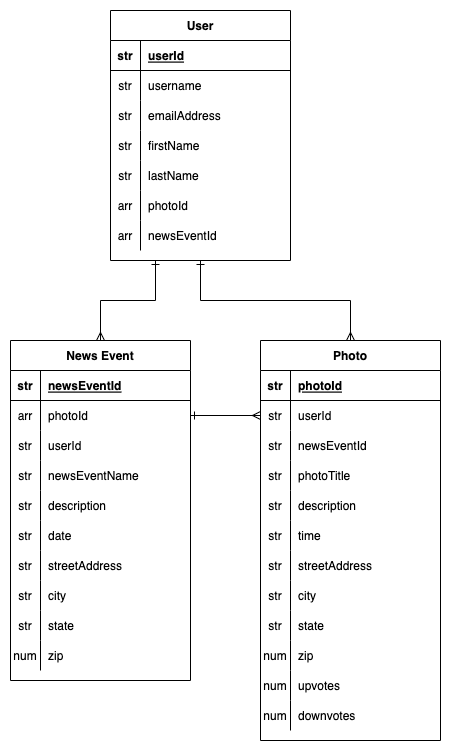
Before: assets/open-source-photo-aggregator-ERD.drawio.png, a diagram exported from draw.io (kalenluciano/open-source-photo-aggregator). Source tidied: cells renumbered, new cells last; positions are measured from the earlier drawing's top-left corner, leaving out a move shared by most shapes.
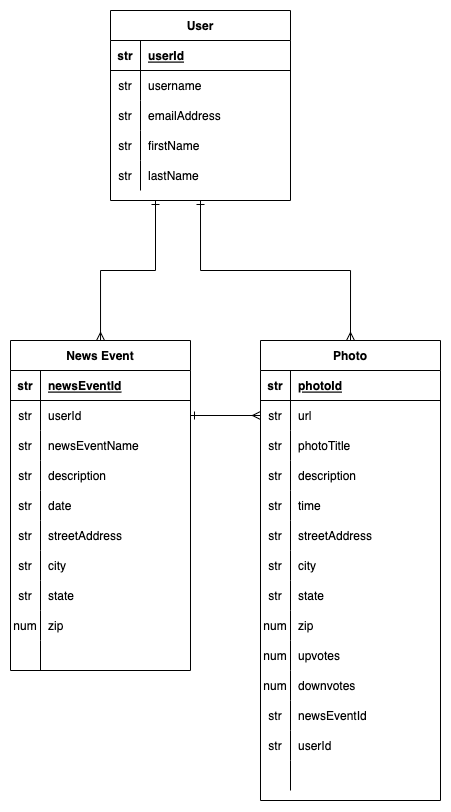
Above is the later version.

Commit message:
Edited ERD and Photo model

The edit, as a diff of the source:
```diff
@@ -9,7 +9,7 @@
       <mxGeometry relative="1" as="geometry" />
     </mxCell>
     <mxCell id="4" value="User" style="shape=table;startSize=30;rowLines=0;fontStyle=1;align=center;" parent="1" vertex="1">
-      <mxGeometry x="100" width="180" height="250" as="geometry" />
+      <mxGeometry x="100" width="180" height="190" as="geometry" />
     </mxCell>
     <mxCell id="5" style="shape=tableRow;horizontal=0;startSize=0;swimlaneHead=0;swimlaneBody=0;fillColor=none;top=0;left=0;right=0;bottom=1;" parent="4" vertex="1">
       <mxGeometry y="30" width="180" height="30" as="geometry" />
@@ -56,26 +56,8 @@
     <mxCell id="19" value="lastName" style="shape=partialRectangle;fillColor=none;top=0;left=0;bottom=0;right=0;align=left;spacingLeft=6;fontStyle=0;overflow=hidden;" parent="17" vertex="1">
       <mxGeometry x="30" width="150" height="30" as="geometry" />
     </mxCell>
-    <mxCell id="20" style="shape=tableRow;horizontal=0;startSize=0;swimlaneHead=0;swimlaneBody=0;fillColor=none;top=0;left=0;right=0;bottom=0;" parent="4" vertex="1">
-      <mxGeometry y="180" width="180" height="30" as="geometry" />
-    </mxCell>
-    <mxCell id="21" value="arr" style="shape=partialRectangle;fillColor=none;top=0;left=0;bottom=0;right=0;fontStyle=0;overflow=hidden;" parent="20" vertex="1">
-      <mxGeometry width="30" height="30" as="geometry" />
-    </mxCell>
-    <mxCell id="22" value="photoId" style="shape=partialRectangle;fillColor=none;top=0;left=0;bottom=0;right=0;align=left;spacingLeft=6;fontStyle=0;overflow=hidden;" parent="20" vertex="1">
-      <mxGeometry x="30" width="150" height="30" as="geometry" />
-    </mxCell>
-    <mxCell id="23" style="shape=tableRow;horizontal=0;startSize=0;swimlaneHead=0;swimlaneBody=0;fillColor=none;top=0;left=0;right=0;bottom=0;" parent="4" vertex="1">
-      <mxGeometry y="210" width="180" height="30" as="geometry" />
-    </mxCell>
-    <mxCell id="24" value="arr" style="shape=partialRectangle;fillColor=none;top=0;left=0;bottom=0;right=0;fontStyle=0;overflow=hidden;" parent="23" vertex="1">
-      <mxGeometry width="30" height="30" as="geometry" />
-    </mxCell>
-    <mxCell id="25" value="newsEventId" style="shape=partialRectangle;fillColor=none;top=0;left=0;bottom=0;right=0;align=left;spacingLeft=6;fontStyle=0;overflow=hidden;" parent="23" vertex="1">
-      <mxGeometry x="30" width="150" height="30" as="geometry" />
-    </mxCell>
     <mxCell id="26" value="News Event" style="shape=table;startSize=30;rowLines=0;fontStyle=1;align=center;" parent="1" vertex="1">
-      <mxGeometry y="330" width="180" height="340" as="geometry" />
+      <mxGeometry y="330" width="180" height="330" as="geometry" />
     </mxCell>
     <mxCell id="27" style="shape=tableRow;horizontal=0;startSize=0;swimlaneHead=0;swimlaneBody=0;fillColor=none;top=0;left=0;right=0;bottom=1;" parent="26" vertex="1">
       <mxGeometry y="30" width="180" height="30" as="geometry" />
@@ -86,17 +68,8 @@
     <mxCell id="29" value="newsEventId" style="shape=partialRectangle;fillColor=none;top=0;left=0;bottom=0;right=0;align=left;spacingLeft=6;fontStyle=5;overflow=hidden;" parent="27" vertex="1">
       <mxGeometry x="30" width="150" height="30" as="geometry" />
     </mxCell>
-    <mxCell id="30" style="shape=tableRow;horizontal=0;startSize=0;swimlaneHead=0;swimlaneBody=0;fillColor=none;points=[[0,0.5],[1,0.5]];portConstraint=eastwest;top=0;left=0;right=0;bottom=0;" parent="26" vertex="1">
-      <mxGeometry y="60" width="180" height="30" as="geometry" />
-    </mxCell>
-    <mxCell id="31" value="arr" style="shape=partialRectangle;fillColor=none;top=0;left=0;bottom=0;right=0;overflow=hidden;" parent="30" vertex="1">
-      <mxGeometry width="30" height="30" as="geometry" />
-    </mxCell>
-    <mxCell id="32" value="photoId" style="shape=partialRectangle;fillColor=none;top=0;left=0;bottom=0;right=0;align=left;spacingLeft=6;overflow=hidden;" parent="30" vertex="1">
-      <mxGeometry x="30" width="150" height="30" as="geometry" />
-    </mxCell>
     <mxCell id="33" style="shape=tableRow;horizontal=0;startSize=0;swimlaneHead=0;swimlaneBody=0;fillColor=none;points=[[0,0.5],[1,0.5]];portConstraint=eastwest;top=0;left=0;right=0;bottom=0;" parent="26" vertex="1">
-      <mxGeometry y="90" width="180" height="30" as="geometry" />
+      <mxGeometry y="60" width="180" height="30" as="geometry" />
     </mxCell>
     <mxCell id="34" value="str" style="shape=partialRectangle;fillColor=none;top=0;left=0;bottom=0;right=0;fontStyle=0;overflow=hidden;" parent="33" vertex="1">
       <mxGeometry width="30" height="30" as="geometry" />
@@ -105,7 +78,7 @@
       <mxGeometry x="30" width="150" height="30" as="geometry" />
     </mxCell>
     <mxCell id="36" style="shape=tableRow;horizontal=0;startSize=0;swimlaneHead=0;swimlaneBody=0;fillColor=none;top=0;left=0;right=0;bottom=0;" parent="26" vertex="1">
-      <mxGeometry y="120" width="180" height="30" as="geometry" />
+      <mxGeometry y="90" width="180" height="30" as="geometry" />
     </mxCell>
     <mxCell id="37" value="str" style="shape=partialRectangle;fillColor=none;top=0;left=0;bottom=0;right=0;fontStyle=0;overflow=hidden;" parent="36" vertex="1">
       <mxGeometry width="30" height="30" as="geometry" />
@@ -114,7 +87,7 @@
       <mxGeometry x="30" width="150" height="30" as="geometry" />
     </mxCell>
     <mxCell id="39" style="shape=tableRow;horizontal=0;startSize=0;swimlaneHead=0;swimlaneBody=0;fillColor=none;top=0;left=0;right=0;bottom=0;" parent="26" vertex="1">
-      <mxGeometry y="150" width="180" height="30" as="geometry" />
+      <mxGeometry y="120" width="180" height="30" as="geometry" />
     </mxCell>
     <mxCell id="40" value="str" style="shape=partialRectangle;fillColor=none;top=0;left=0;bottom=0;right=0;overflow=hidden;" parent="39" vertex="1">
       <mxGeometry width="30" height="30" as="geometry" />
@@ -123,7 +96,7 @@
       <mxGeometry x="30" width="150" height="30" as="geometry" />
     </mxCell>
     <mxCell id="42" style="shape=tableRow;horizontal=0;startSize=0;swimlaneHead=0;swimlaneBody=0;fillColor=none;top=0;left=0;right=0;bottom=0;" parent="26" vertex="1">
-      <mxGeometry y="180" width="180" height="30" as="geometry" />
+      <mxGeometry y="150" width="180" height="30" as="geometry" />
     </mxCell>
     <mxCell id="43" value="str" style="shape=partialRectangle;fillColor=none;top=0;left=0;bottom=0;right=0;fontStyle=0;overflow=hidden;" parent="42" vertex="1">
       <mxGeometry width="30" height="30" as="geometry" />
@@ -132,7 +105,7 @@
       <mxGeometry x="30" width="150" height="30" as="geometry" />
     </mxCell>
     <mxCell id="45" style="shape=tableRow;horizontal=0;startSize=0;swimlaneHead=0;swimlaneBody=0;fillColor=none;top=0;left=0;right=0;bottom=0;" parent="26" vertex="1">
-      <mxGeometry y="210" width="180" height="30" as="geometry" />
+      <mxGeometry y="180" width="180" height="30" as="geometry" />
     </mxCell>
     <mxCell id="46" value="str" style="shape=partialRectangle;fillColor=none;top=0;left=0;bottom=0;right=0;overflow=hidden;" parent="45" vertex="1">
       <mxGeometry width="30" height="30" as="geometry" />
@@ -141,7 +114,7 @@
       <mxGeometry x="30" width="150" height="30" as="geometry" />
     </mxCell>
     <mxCell id="48" style="shape=tableRow;horizontal=0;startSize=0;swimlaneHead=0;swimlaneBody=0;fillColor=none;top=0;left=0;right=0;bottom=0;" parent="26" vertex="1">
-      <mxGeometry y="240" width="180" height="30" as="geometry" />
+      <mxGeometry y="210" width="180" height="30" as="geometry" />
     </mxCell>
     <mxCell id="49" value="str" style="shape=partialRectangle;fillColor=none;top=0;left=0;bottom=0;right=0;fontStyle=0;overflow=hidden;" parent="48" vertex="1">
       <mxGeometry width="30" height="30" as="geometry" />
@@ -150,7 +123,7 @@
       <mxGeometry x="30" width="150" height="30" as="geometry" />
     </mxCell>
     <mxCell id="51" style="shape=tableRow;horizontal=0;startSize=0;swimlaneHead=0;swimlaneBody=0;fillColor=none;top=0;left=0;right=0;bottom=0;" parent="26" vertex="1">
-      <mxGeometry y="270" width="180" height="30" as="geometry" />
+      <mxGeometry y="240" width="180" height="30" as="geometry" />
     </mxCell>
     <mxCell id="52" value="str" style="shape=partialRectangle;fillColor=none;top=0;left=0;bottom=0;right=0;fontStyle=0;overflow=hidden;" parent="51" vertex="1">
       <mxGeometry width="30" height="30" as="geometry" />
@@ -159,7 +132,7 @@
       <mxGeometry x="30" width="150" height="30" as="geometry" />
     </mxCell>
     <mxCell id="54" style="shape=tableRow;horizontal=0;startSize=0;swimlaneHead=0;swimlaneBody=0;fillColor=none;top=0;left=0;right=0;bottom=0;" parent="26" vertex="1">
-      <mxGeometry y="300" width="180" height="30" as="geometry" />
+      <mxGeometry y="270" width="180" height="30" as="geometry" />
     </mxCell>
     <mxCell id="55" value="num" style="shape=partialRectangle;fillColor=none;top=0;left=0;bottom=0;right=0;fontStyle=0;overflow=hidden;" parent="54" vertex="1">
       <mxGeometry width="30" height="30" as="geometry" />
@@ -167,8 +140,17 @@
     <mxCell id="56" value="zip" style="shape=partialRectangle;fillColor=none;top=0;left=0;bottom=0;right=0;align=left;spacingLeft=6;fontStyle=0;overflow=hidden;" parent="54" vertex="1">
       <mxGeometry x="30" width="150" height="30" as="geometry" />
     </mxCell>
+    <mxCell id="30" style="shape=tableRow;horizontal=0;startSize=0;swimlaneHead=0;swimlaneBody=0;fillColor=none;points=[[0,0.5],[1,0.5]];portConstraint=eastwest;top=0;left=0;right=0;bottom=0;" parent="26" vertex="1">
+      <mxGeometry y="300" width="180" height="30" as="geometry" />
+    </mxCell>
+    <mxCell id="31" style="shape=partialRectangle;fillColor=none;top=0;left=0;bottom=0;right=0;overflow=hidden;" parent="30" vertex="1">
+      <mxGeometry width="30" height="30" as="geometry" />
+    </mxCell>
+    <mxCell id="32" style="shape=partialRectangle;fillColor=none;top=0;left=0;bottom=0;right=0;align=left;spacingLeft=6;overflow=hidden;" parent="30" vertex="1">
+      <mxGeometry x="30" width="150" height="30" as="geometry" />
+    </mxCell>
     <mxCell id="57" value="Photo" style="shape=table;startSize=30;rowLines=0;fontStyle=1;align=center;" parent="1" vertex="1">
-      <mxGeometry x="250" y="330" width="180" height="400" as="geometry" />
+      <mxGeometry x="250" y="330" width="180" height="460" as="geometry" />
     </mxCell>
     <mxCell id="58" style="shape=tableRow;horizontal=0;startSize=0;swimlaneHead=0;swimlaneBody=0;fillColor=none;top=0;left=0;right=0;bottom=1;" parent="57" vertex="1">
       <mxGeometry y="30" width="180" height="30" as="geometry" />
@@ -179,26 +161,17 @@
     <mxCell id="60" value="photoId" style="shape=partialRectangle;fillColor=none;top=0;left=0;bottom=0;right=0;align=left;spacingLeft=6;fontStyle=5;overflow=hidden;" parent="58" vertex="1">
       <mxGeometry x="30" width="150" height="30" as="geometry" />
     </mxCell>
-    <mxCell id="61" style="shape=tableRow;horizontal=0;startSize=0;swimlaneHead=0;swimlaneBody=0;fillColor=none;points=[[0,0.5],[1,0.5]];portConstraint=eastwest;top=0;left=0;right=0;bottom=0;" parent="57" vertex="1">
-      <mxGeometry y="60" width="180" height="30" as="geometry" />
-    </mxCell>
-    <mxCell id="62" value="str" style="shape=partialRectangle;fillColor=none;top=0;left=0;bottom=0;right=0;overflow=hidden;" parent="61" vertex="1">
-      <mxGeometry width="30" height="30" as="geometry" />
-    </mxCell>
-    <mxCell id="63" value="userId" style="shape=partialRectangle;fillColor=none;top=0;left=0;bottom=0;right=0;align=left;spacingLeft=6;overflow=hidden;" parent="61" vertex="1">
-      <mxGeometry x="30" width="150" height="30" as="geometry" />
-    </mxCell>
-    <mxCell id="64" style="shape=tableRow;horizontal=0;startSize=0;swimlaneHead=0;swimlaneBody=0;fillColor=none;top=0;left=0;right=0;bottom=0;" parent="57" vertex="1">
-      <mxGeometry y="90" width="180" height="30" as="geometry" />
-    </mxCell>
-    <mxCell id="65" value="str" style="shape=partialRectangle;fillColor=none;top=0;left=0;bottom=0;right=0;overflow=hidden;" parent="64" vertex="1">
-      <mxGeometry width="30" height="30" as="geometry" />
-    </mxCell>
-    <mxCell id="66" value="newsEventId" style="shape=partialRectangle;fillColor=none;top=0;left=0;bottom=0;right=0;align=left;spacingLeft=6;overflow=hidden;" parent="64" vertex="1">
-      <mxGeometry x="30" width="150" height="30" as="geometry" />
-    </mxCell>
+    <mxCell id="95" style="shape=tableRow;horizontal=0;startSize=0;swimlaneHead=0;swimlaneBody=0;fillColor=none;points=[[0,0.5],[1,0.5]];portConstraint=eastwest;top=0;left=0;right=0;bottom=0;" parent="57" vertex="1">
+      <mxGeometry y="60" width="180" height="30" as="geometry" />
+    </mxCell>
+    <mxCell id="96" value="str" style="shape=partialRectangle;fillColor=none;top=0;left=0;bottom=0;right=0;fontStyle=0;overflow=hidden;" parent="95" vertex="1">
+      <mxGeometry width="30" height="30" as="geometry" />
+    </mxCell>
+    <mxCell id="97" value="url" style="shape=partialRectangle;fillColor=none;top=0;left=0;bottom=0;right=0;align=left;spacingLeft=6;fontStyle=0;overflow=hidden;" parent="95" vertex="1">
+      <mxGeometry x="30" width="150" height="30" as="geometry" />
+    </mxCell>
     <mxCell id="67" style="shape=tableRow;horizontal=0;startSize=0;swimlaneHead=0;swimlaneBody=0;fillColor=none;top=0;left=0;right=0;bottom=0;" parent="57" vertex="1">
-      <mxGeometry y="120" width="180" height="30" as="geometry" />
+      <mxGeometry y="90" width="180" height="30" as="geometry" />
     </mxCell>
     <mxCell id="68" value="str" style="shape=partialRectangle;fillColor=none;top=0;left=0;bottom=0;right=0;overflow=hidden;" parent="67" vertex="1">
       <mxGeometry width="30" height="30" as="geometry" />
@@ -207,7 +180,7 @@
       <mxGeometry x="30" width="150" height="30" as="geometry" />
     </mxCell>
     <mxCell id="70" style="shape=tableRow;horizontal=0;startSize=0;swimlaneHead=0;swimlaneBody=0;fillColor=none;top=0;left=0;right=0;bottom=0;" parent="57" vertex="1">
-      <mxGeometry y="150" width="180" height="30" as="geometry" />
+      <mxGeometry y="120" width="180" height="30" as="geometry" />
     </mxCell>
     <mxCell id="71" value="str" style="shape=partialRectangle;fillColor=none;top=0;left=0;bottom=0;right=0;fontStyle=0;overflow=hidden;" parent="70" vertex="1">
       <mxGeometry width="30" height="30" as="geometry" />
@@ -216,7 +189,7 @@
       <mxGeometry x="30" width="150" height="30" as="geometry" />
     </mxCell>
     <mxCell id="73" style="shape=tableRow;horizontal=0;startSize=0;swimlaneHead=0;swimlaneBody=0;fillColor=none;top=0;left=0;right=0;bottom=0;" parent="57" vertex="1">
-      <mxGeometry y="180" width="180" height="30" as="geometry" />
+      <mxGeometry y="150" width="180" height="30" as="geometry" />
     </mxCell>
     <mxCell id="74" value="str" style="shape=partialRectangle;fillColor=none;top=0;left=0;bottom=0;right=0;fontStyle=0;overflow=hidden;" parent="73" vertex="1">
       <mxGeometry width="30" height="30" as="geometry" />
@@ -225,7 +198,7 @@
       <mxGeometry x="30" width="150" height="30" as="geometry" />
     </mxCell>
     <mxCell id="76" style="shape=tableRow;horizontal=0;startSize=0;swimlaneHead=0;swimlaneBody=0;fillColor=none;top=0;left=0;right=0;bottom=0;" parent="57" vertex="1">
-      <mxGeometry y="210" width="180" height="30" as="geometry" />
+      <mxGeometry y="180" width="180" height="30" as="geometry" />
     </mxCell>
     <mxCell id="77" value="str" style="shape=partialRectangle;fillColor=none;top=0;left=0;bottom=0;right=0;fontStyle=0;overflow=hidden;" parent="76" vertex="1">
       <mxGeometry width="30" height="30" as="geometry" />
@@ -234,7 +207,7 @@
       <mxGeometry x="30" width="150" height="30" as="geometry" />
     </mxCell>
     <mxCell id="79" style="shape=tableRow;horizontal=0;startSize=0;swimlaneHead=0;swimlaneBody=0;fillColor=none;top=0;left=0;right=0;bottom=0;" parent="57" vertex="1">
-      <mxGeometry y="240" width="180" height="30" as="geometry" />
+      <mxGeometry y="210" width="180" height="30" as="geometry" />
     </mxCell>
     <mxCell id="80" value="str" style="shape=partialRectangle;fillColor=none;top=0;left=0;bottom=0;right=0;fontStyle=0;overflow=hidden;" parent="79" vertex="1">
       <mxGeometry width="30" height="30" as="geometry" />
@@ -243,7 +216,7 @@
       <mxGeometry x="30" width="150" height="30" as="geometry" />
     </mxCell>
     <mxCell id="82" style="shape=tableRow;horizontal=0;startSize=0;swimlaneHead=0;swimlaneBody=0;fillColor=none;top=0;left=0;right=0;bottom=0;" parent="57" vertex="1">
-      <mxGeometry y="270" width="180" height="30" as="geometry" />
+      <mxGeometry y="240" width="180" height="30" as="geometry" />
     </mxCell>
     <mxCell id="83" value="str" style="shape=partialRectangle;fillColor=none;top=0;left=0;bottom=0;right=0;fontStyle=0;overflow=hidden;" parent="82" vertex="1">
       <mxGeometry width="30" height="30" as="geometry" />
@@ -252,7 +225,7 @@
       <mxGeometry x="30" width="150" height="30" as="geometry" />
     </mxCell>
     <mxCell id="85" style="shape=tableRow;horizontal=0;startSize=0;swimlaneHead=0;swimlaneBody=0;fillColor=none;top=0;left=0;right=0;bottom=0;" parent="57" vertex="1">
-      <mxGeometry y="300" width="180" height="30" as="geometry" />
+      <mxGeometry y="270" width="180" height="30" as="geometry" />
     </mxCell>
     <mxCell id="86" value="num" style="shape=partialRectangle;fillColor=none;top=0;left=0;bottom=0;right=0;fontStyle=0;overflow=hidden;" parent="85" vertex="1">
       <mxGeometry width="30" height="30" as="geometry" />
@@ -261,7 +234,7 @@
       <mxGeometry x="30" width="150" height="30" as="geometry" />
     </mxCell>
     <mxCell id="88" style="shape=tableRow;horizontal=0;startSize=0;swimlaneHead=0;swimlaneBody=0;fillColor=none;top=0;left=0;right=0;bottom=0;" parent="57" vertex="1">
-      <mxGeometry y="330" width="180" height="30" as="geometry" />
+      <mxGeometry y="300" width="180" height="30" as="geometry" />
     </mxCell>
     <mxCell id="89" value="num" style="shape=partialRectangle;fillColor=none;top=0;left=0;bottom=0;right=0;fontStyle=0;overflow=hidden;" parent="88" vertex="1">
       <mxGeometry width="30" height="30" as="geometry" />
@@ -270,7 +243,7 @@
       <mxGeometry x="30" width="150" height="30" as="geometry" />
     </mxCell>
     <mxCell id="91" style="shape=tableRow;horizontal=0;startSize=0;swimlaneHead=0;swimlaneBody=0;fillColor=none;top=0;left=0;right=0;bottom=0;" parent="57" vertex="1">
-      <mxGeometry y="360" width="180" height="30" as="geometry" />
+      <mxGeometry y="330" width="180" height="30" as="geometry" />
     </mxCell>
     <mxCell id="92" value="num" style="shape=partialRectangle;fillColor=none;top=0;left=0;bottom=0;right=0;fontStyle=0;overflow=hidden;" parent="91" vertex="1">
       <mxGeometry width="30" height="30" as="geometry" />
@@ -278,7 +251,34 @@
     <mxCell id="93" value="downvotes" style="shape=partialRectangle;fillColor=none;top=0;left=0;bottom=0;right=0;align=left;spacingLeft=6;fontStyle=0;overflow=hidden;" parent="91" vertex="1">
       <mxGeometry x="30" width="150" height="30" as="geometry" />
     </mxCell>
+    <mxCell id="64" style="shape=tableRow;horizontal=0;startSize=0;swimlaneHead=0;swimlaneBody=0;fillColor=none;top=0;left=0;right=0;bottom=0;" parent="57" vertex="1">
+      <mxGeometry y="360" width="180" height="30" as="geometry" />
+    </mxCell>
+    <mxCell id="65" value="str" style="shape=partialRectangle;fillColor=none;top=0;left=0;bottom=0;right=0;overflow=hidden;" parent="64" vertex="1">
+      <mxGeometry width="30" height="30" as="geometry" />
+    </mxCell>
+    <mxCell id="66" value="newsEventId" style="shape=partialRectangle;fillColor=none;top=0;left=0;bottom=0;right=0;align=left;spacingLeft=6;overflow=hidden;" parent="64" vertex="1">
+      <mxGeometry x="30" width="150" height="30" as="geometry" />
+    </mxCell>
+    <mxCell id="61" style="shape=tableRow;horizontal=0;startSize=0;swimlaneHead=0;swimlaneBody=0;fillColor=none;points=[[0,0.5],[1,0.5]];portConstraint=eastwest;top=0;left=0;right=0;bottom=0;" parent="57" vertex="1">
+      <mxGeometry y="390" width="180" height="30" as="geometry" />
+    </mxCell>
+    <mxCell id="62" value="str" style="shape=partialRectangle;fillColor=none;top=0;left=0;bottom=0;right=0;overflow=hidden;" parent="61" vertex="1">
+      <mxGeometry width="30" height="30" as="geometry" />
+    </mxCell>
+    <mxCell id="63" value="userId" style="shape=partialRectangle;fillColor=none;top=0;left=0;bottom=0;right=0;align=left;spacingLeft=6;overflow=hidden;" parent="61" vertex="1">
+      <mxGeometry x="30" width="150" height="30" as="geometry" />
+    </mxCell>
+    <mxCell id="23" style="shape=tableRow;horizontal=0;startSize=0;swimlaneHead=0;swimlaneBody=0;fillColor=none;top=0;left=0;right=0;bottom=0;" parent="57" vertex="1">
+      <mxGeometry y="420" width="180" height="30" as="geometry" />
+    </mxCell>
+    <mxCell id="24" style="shape=partialRectangle;fillColor=none;top=0;left=0;bottom=0;right=0;fontStyle=0;overflow=hidden;" parent="23" vertex="1">
+      <mxGeometry width="30" height="30" as="geometry" />
+    </mxCell>
+    <mxCell id="25" style="shape=partialRectangle;fillColor=none;top=0;left=0;bottom=0;right=0;align=left;spacingLeft=6;fontStyle=0;overflow=hidden;" parent="23" vertex="1">
+      <mxGeometry x="30" width="150" height="30" as="geometry" />
+    </mxCell>
-    <mxCell id="94" style="edgeStyle=orthogonalEdgeStyle;rounded=0;jettySize=auto;html=1;exitX=0;exitY=0.5;exitDx=0;exitDy=0;entryX=1;entryY=0.5;entryDx=0;entryDy=0;startArrow=ERmany;startFill=0;endArrow=ERone;endFill=0;" parent="1" edge="1" source="61" target="30">
+    <mxCell id="94" style="edgeStyle=orthogonalEdgeStyle;rounded=0;jettySize=auto;html=1;exitX=0;exitY=0.5;exitDx=0;exitDy=0;entryX=1;entryY=0.5;entryDx=0;entryDy=0;startArrow=ERmany;startFill=0;endArrow=ERone;endFill=0;" parent="1" edge="1" source="95" target="33">
       <mxGeometry relative="1" as="geometry" />
     </mxCell>
   </root>
```
